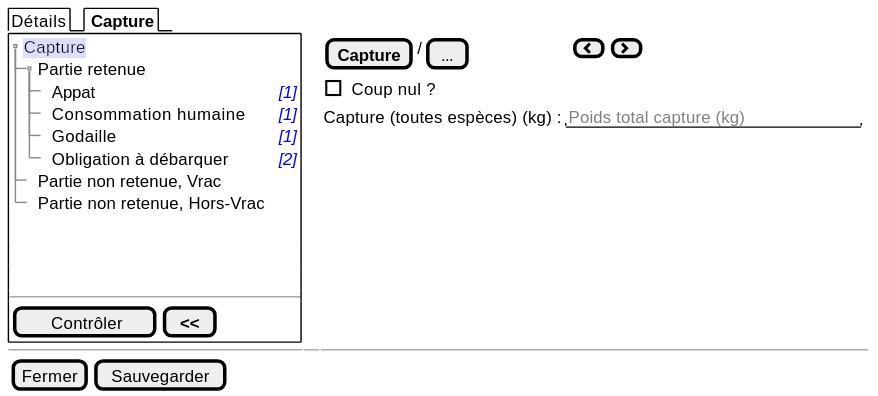
Before: projects/obsmer/spe/images/batch/batch-tree.svg, a diagram exported from PlantUML (sumaris-net/sumaris-doc).
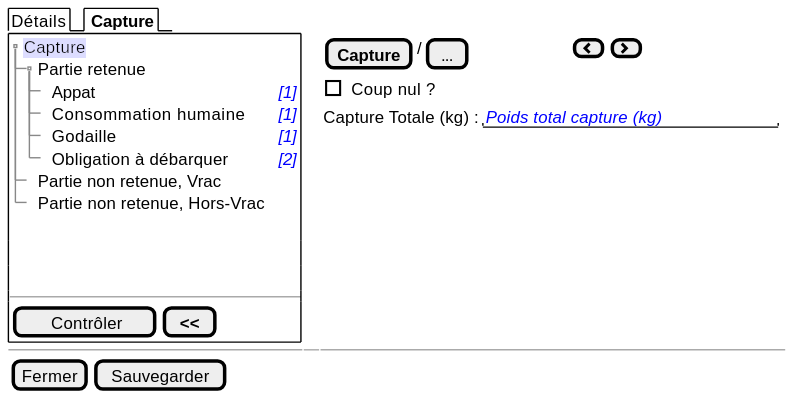
After the commit.

Change to the diagram source:
```diff
@@ -23,7 +23,7 @@
     { [<b>Capture] | / | [...] | . | . | . | . | . | . | . | . | . | . | . | . | . | . | [<&chevron-left>] | [<&chevron-right>] }
 
     {[ ] Coup nul ? }
-    {Capture (toutes espèces) (kg) : | " <color:gray>Poids total capture (kg) " }
+    {Capture Totale (kg) : | " <i><color:blue>Poids total capture (kg) " }
 
   }
 
```
